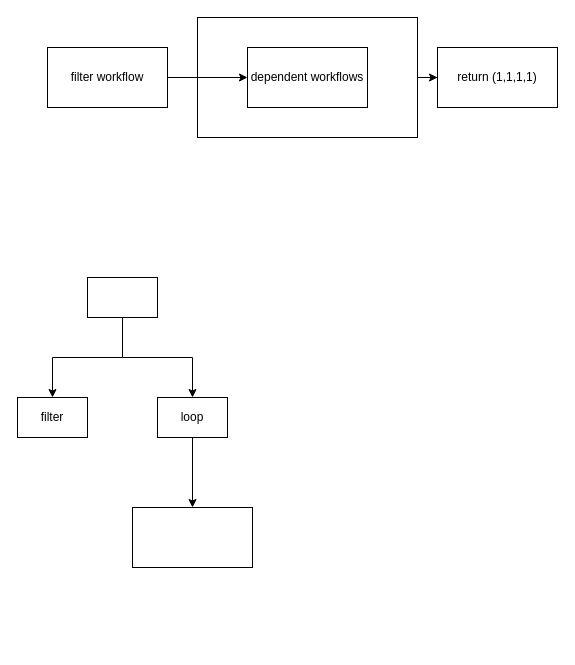
The draw.io diagram filter_workflow.drawio in praneethsai83/GenericProcessing, before the edit. Source tidied: cells renumbered, new cells numbered last; positions are measured from the earlier drawing's top-left corner, leaving out a move shared by most shapes. Both pictures are drawn from the tidied source at 100%, with x=0, y=0 at pixel (17, 17).
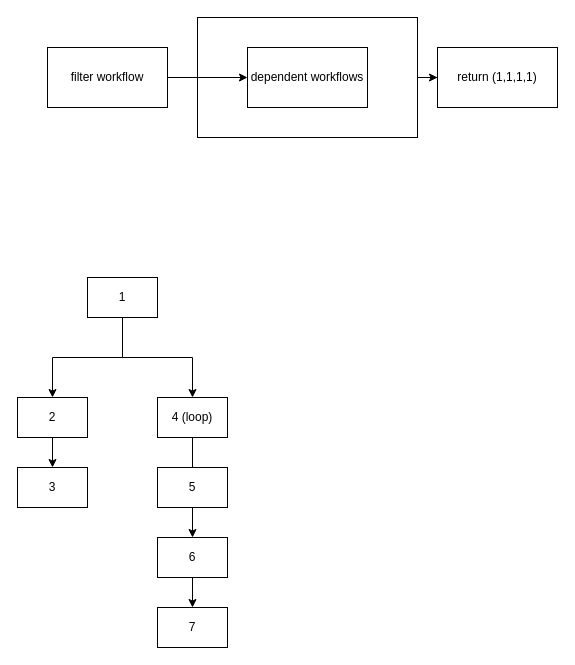
The same page after the edit.

Change to the diagram source:
```diff
@@
 <mxGraphModel>
   <root>
     <mxCell id="0" />
     <mxCell id="1" parent="0" />
     <mxCell id="2" style="edgeStyle=orthogonalEdgeStyle;rounded=0;jettySize=auto;html=1;" parent="1" edge="1" source="3" target="7">
       <mxGeometry relative="1" as="geometry" />
     </mxCell>
     <mxCell id="3" style="rounded=0;whiteSpace=wrap;html=1;" parent="1" vertex="1">
       <mxGeometry x="180" width="220" height="120" as="geometry" />
     </mxCell>
     <mxCell id="4" style="edgeStyle=orthogonalEdgeStyle;rounded=0;jettySize=auto;html=1;" parent="1" edge="1" source="5" target="6">
       <mxGeometry relative="1" as="geometry" />
     </mxCell>
     <mxCell id="5" value="filter workflow" style="whiteSpace=wrap;html=1;" parent="1" vertex="1">
       <mxGeometry x="30" y="30" width="120" height="60" as="geometry" />
     </mxCell>
     <mxCell id="6" value="dependent workflows" style="whiteSpace=wrap;html=1;" parent="1" vertex="1">
       <mxGeometry x="230" y="30" width="120" height="60" as="geometry" />
     </mxCell>
     <mxCell id="7" value="return (1,1,1,1)" style="whiteSpace=wrap;html=1;" parent="1" vertex="1">
       <mxGeometry x="420" y="30" width="120" height="60" as="geometry" />
     </mxCell>
     <mxCell id="8" style="edgeStyle=orthogonalEdgeStyle;rounded=0;jettySize=auto;html=1;" parent="1" edge="1" source="10" target="12">
       <mxGeometry relative="1" as="geometry" />
     </mxCell>
     <mxCell id="9" style="edgeStyle=orthogonalEdgeStyle;rounded=0;jettySize=auto;html=1;entryX=0.5;entryY=0;entryDx=0;entryDy=0;" parent="1" edge="1" source="10" target="13">
       <mxGeometry relative="1" as="geometry" />
     </mxCell>
-    <mxCell id="10" style="rounded=0;whiteSpace=wrap;html=1;" parent="1" vertex="1">
+    <mxCell id="10" value="1" style="rounded=0;whiteSpace=wrap;html=1;" parent="1" vertex="1">
       <mxGeometry x="70" y="260" width="70" height="40" as="geometry" />
     </mxCell>
-    <mxCell id="11" style="edgeStyle=orthogonalEdgeStyle;rounded=0;jettySize=auto;html=1;" parent="1" edge="1" source="12" target="14">
-      <mxGeometry relative="1" as="geometry" />
-    </mxCell>
+    <mxCell id="15" style="edgeStyle=orthogonalEdgeStyle;rounded=0;jettySize=auto;html=1;" parent="1" edge="1" source="12" target="19">
+      <mxGeometry relative="1" as="geometry" />
+    </mxCell>
-    <mxCell id="12" value="loop" style="rounded=0;whiteSpace=wrap;html=1;" parent="1" vertex="1">
+    <mxCell id="12" value="4 (loop)" style="rounded=0;whiteSpace=wrap;html=1;" parent="1" vertex="1">
       <mxGeometry x="140" y="380" width="70" height="40" as="geometry" />
     </mxCell>
+    <mxCell id="16" style="edgeStyle=orthogonalEdgeStyle;rounded=0;jettySize=auto;html=1;" parent="1" edge="1" source="13" target="21">
+      <mxGeometry relative="1" as="geometry" />
+    </mxCell>
-    <mxCell id="13" value="filter" style="rounded=0;whiteSpace=wrap;html=1;" parent="1" vertex="1">
+    <mxCell id="13" value="2" style="rounded=0;whiteSpace=wrap;html=1;" parent="1" vertex="1">
       <mxGeometry y="380" width="70" height="40" as="geometry" />
     </mxCell>
-    <mxCell id="14" style="whiteSpace=wrap;html=1;rounded=0;" parent="1" vertex="1">
-      <mxGeometry x="115" y="490" width="120" height="60" as="geometry" />
-    </mxCell>
+    <mxCell id="17" value="5" style="rounded=0;whiteSpace=wrap;html=1;" parent="1" vertex="1">
+      <mxGeometry x="140" y="450" width="70" height="40" as="geometry" />
+    </mxCell>
+    <mxCell id="18" style="edgeStyle=orthogonalEdgeStyle;rounded=0;jettySize=auto;html=1;" parent="1" edge="1" source="19" target="20">
+      <mxGeometry relative="1" as="geometry" />
+    </mxCell>
+    <mxCell id="19" value="6" style="rounded=0;whiteSpace=wrap;html=1;" parent="1" vertex="1">
+      <mxGeometry x="140" y="520" width="70" height="40" as="geometry" />
+    </mxCell>
+    <mxCell id="20" value="7" style="rounded=0;whiteSpace=wrap;html=1;" parent="1" vertex="1">
+      <mxGeometry x="140" y="590" width="70" height="40" as="geometry" />
+    </mxCell>
+    <mxCell id="21" value="3" style="rounded=0;whiteSpace=wrap;html=1;" parent="1" vertex="1">
+      <mxGeometry y="450" width="70" height="40" as="geometry" />
+    </mxCell>
   </root>
 </mxGraphModel>
```
